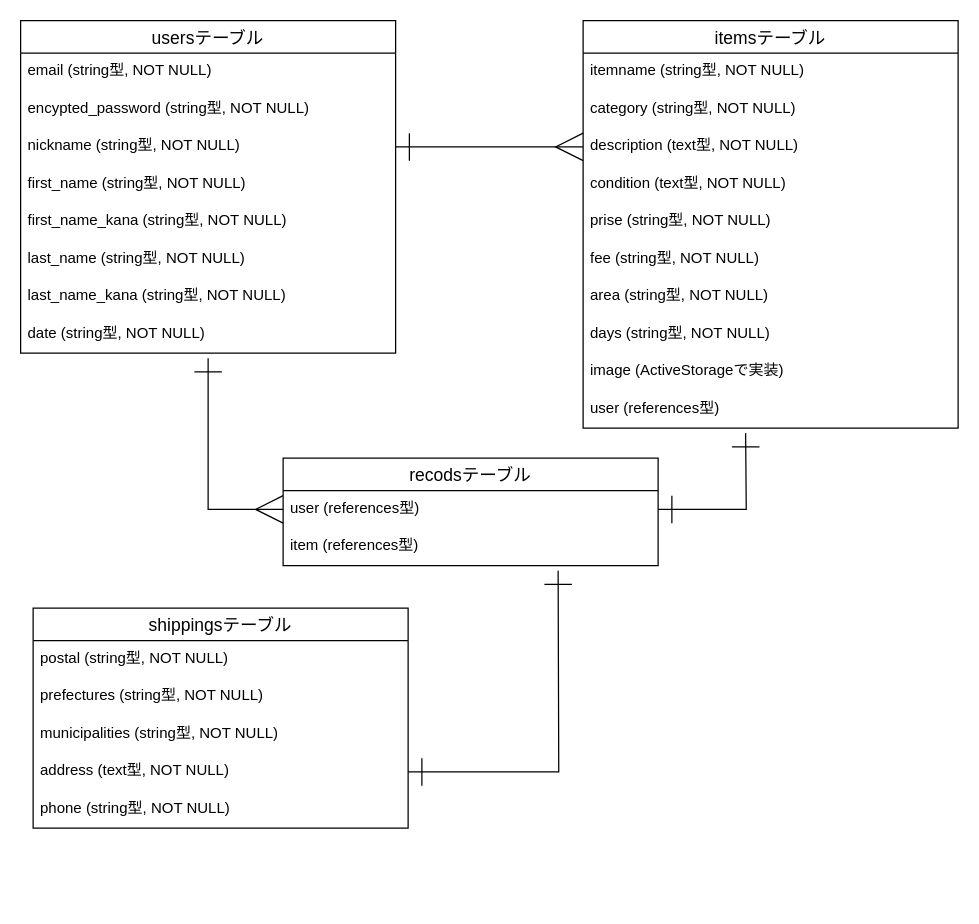
Above: page "ページ1" (1 of 4) of test.dio in nyancho-inm/furima-32571 (draw.io), before the change. Source tidied: cells renumbered, new cells numbered last; positions are measured from the earlier drawing's top-left corner, leaving out a move shared by most shapes. Both pictures are drawn from the tidied source at 125%, with x=0, y=0 at pixel (20, 20).
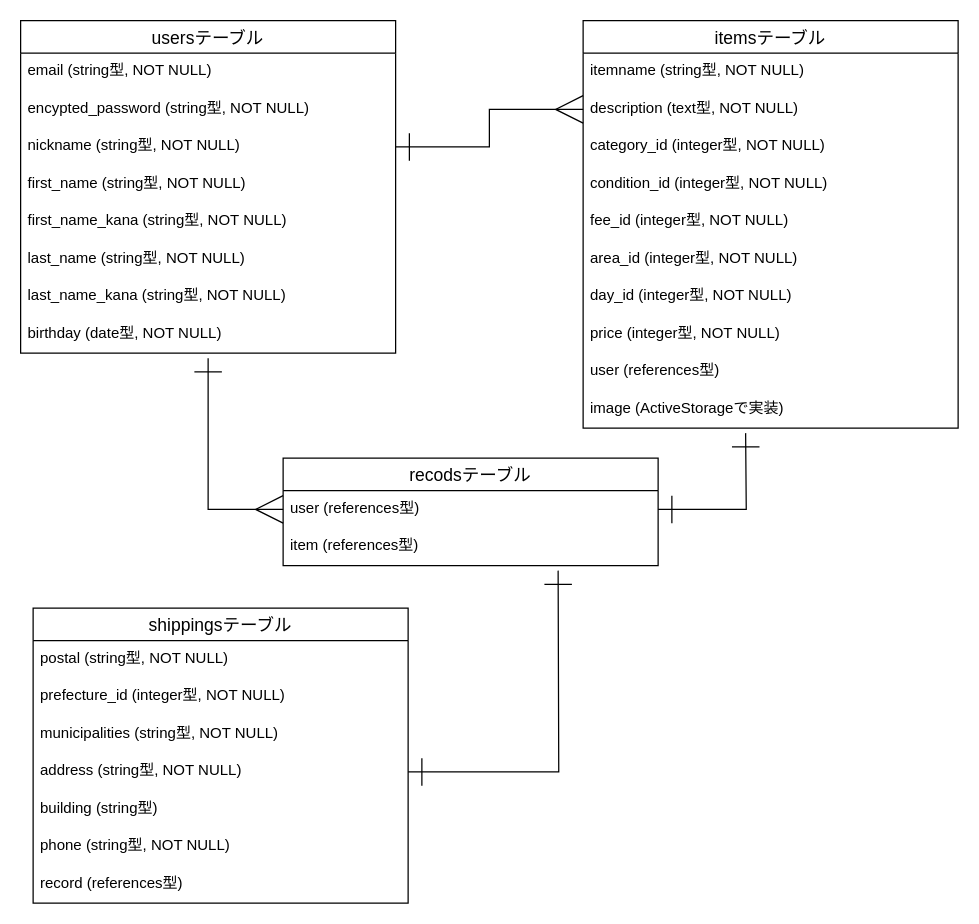
The same page after the edit.

Unchanged cells that the change refers to:
```xml
<mxCell id="2" value="usersテーブル" style="swimlane;fontStyle=0;horizontal=1;startSize=26;align=center;fontSize=14;" parent="1" vertex="1">
  <mxGeometry width="300" height="266" as="geometry" />
</mxCell>
<mxCell id="11" value="itemsテーブル" style="swimlane;fontStyle=0;horizontal=1;startSize=26;align=center;fontSize=14;" parent="1" vertex="1">
  <mxGeometry x="450" width="300" height="326" as="geometry" />
</mxCell>
```

The edit, as a diff of the source:
```diff
@@
-    <mxCell id="10" value="date (string型, NOT NULL)" style="text;strokeColor=none;fillColor=none;spacingLeft=4;spacingRight=4;overflow=hidden;fontSize=12;" parent="2" vertex="1">
+    <mxCell id="10" value="birthday (date型, NOT NULL)" style="text;strokeColor=none;fillColor=none;spacingLeft=4;spacingRight=4;overflow=hidden;fontSize=12;" parent="2" vertex="1">
       <mxGeometry y="236" width="300" height="30" as="geometry" />
     </mxCell>
@@
+    <mxCell id="14" value="description (text型, NOT NULL)" style="text;strokeColor=none;fillColor=none;spacingLeft=4;spacingRight=4;overflow=hidden;points=[[0,0.5],[1,0.5]];portConstraint=eastwest;fontSize=12;" parent="11" vertex="1">
+      <mxGeometry y="56" width="300" height="30" as="geometry" />
+    </mxCell>
-    <mxCell id="13" value="category (string型, NOT NULL)" style="text;strokeColor=none;fillColor=none;spacingLeft=4;spacingRight=4;overflow=hidden;fontSize=12;" parent="11" vertex="1">
-      <mxGeometry y="56" width="300" height="30" as="geometry" />
+    <mxCell id="13" value="category_id (integer型, NOT NULL)" style="text;strokeColor=none;fillColor=none;spacingLeft=4;spacingRight=4;overflow=hidden;fontSize=12;" parent="11" vertex="1">
+      <mxGeometry y="86" width="300" height="30" as="geometry" />
     </mxCell>
-    <mxCell id="14" value="description (text型, NOT NULL)" style="text;strokeColor=none;fillColor=none;spacingLeft=4;spacingRight=4;overflow=hidden;points=[[0,0.5],[1,0.5]];portConstraint=eastwest;fontSize=12;" parent="11" vertex="1">
-      <mxGeometry y="86" width="300" height="30" as="geometry" />
-    </mxCell>
-    <mxCell id="15" value="condition (text型, NOT NULL)" style="text;strokeColor=none;fillColor=none;spacingLeft=4;spacingRight=4;overflow=hidden;fontSize=12;" parent="11" vertex="1">
+    <mxCell id="15" value="condition_id (integer型, NOT NULL)" style="text;strokeColor=none;fillColor=none;spacingLeft=4;spacingRight=4;overflow=hidden;fontSize=12;" parent="11" vertex="1">
       <mxGeometry y="116" width="300" height="30" as="geometry" />
     </mxCell>
-    <mxCell id="16" value="prise (string型, NOT NULL)" style="text;strokeColor=none;fillColor=none;spacingLeft=4;spacingRight=4;overflow=hidden;fontSize=12;" parent="11" vertex="1">
-      <mxGeometry y="146" width="300" height="30" as="geometry" />
-    </mxCell>
-    <mxCell id="17" value="fee (string型, NOT NULL)" style="text;strokeColor=none;fillColor=none;spacingLeft=4;spacingRight=4;overflow=hidden;points=[[0,0.5],[1,0.5]];portConstraint=eastwest;fontSize=12;" parent="11" vertex="1">
-      <mxGeometry y="176" width="300" height="30" as="geometry" />
+    <mxCell id="17" value="fee_id (integer型, NOT NULL)" style="text;strokeColor=none;fillColor=none;spacingLeft=4;spacingRight=4;overflow=hidden;points=[[0,0.5],[1,0.5]];portConstraint=eastwest;fontSize=12;" parent="11" vertex="1">
+      <mxGeometry y="146" width="300" height="30" as="geometry" />
     </mxCell>
@@
-    <mxCell id="19" value="area (string型, NOT NULL)" style="text;strokeColor=none;fillColor=none;spacingLeft=4;spacingRight=4;overflow=hidden;fontSize=12;" parent="11" vertex="1">
-      <mxGeometry y="206" width="300" height="30" as="geometry" />
+    <mxCell id="19" value="area_id (integer型, NOT NULL)" style="text;strokeColor=none;fillColor=none;spacingLeft=4;spacingRight=4;overflow=hidden;fontSize=12;" parent="11" vertex="1">
+      <mxGeometry y="176" width="300" height="30" as="geometry" />
     </mxCell>
-    <mxCell id="20" value="days (string型, NOT NULL)" style="text;strokeColor=none;fillColor=none;spacingLeft=4;spacingRight=4;overflow=hidden;fontSize=12;" parent="11" vertex="1">
-      <mxGeometry y="236" width="300" height="30" as="geometry" />
+    <mxCell id="20" value="day_id (integer型, NOT NULL)" style="text;strokeColor=none;fillColor=none;spacingLeft=4;spacingRight=4;overflow=hidden;fontSize=12;" parent="11" vertex="1">
+      <mxGeometry y="206" width="300" height="30" as="geometry" />
     </mxCell>
+    <mxCell id="16" value="price (integer型, NOT NULL)" style="text;strokeColor=none;fillColor=none;spacingLeft=4;spacingRight=4;overflow=hidden;fontSize=12;" parent="11" vertex="1">
+      <mxGeometry y="236" width="300" height="30" as="geometry" />
+    </mxCell>
+    <mxCell id="22" value="user (references型)" style="text;strokeColor=none;fillColor=none;spacingLeft=4;spacingRight=4;overflow=hidden;fontSize=12;" parent="11" vertex="1">
+      <mxGeometry y="266" width="300" height="30" as="geometry" />
+    </mxCell>
     <mxCell id="21" value="image (ActiveStorageで実装)" style="text;strokeColor=none;fillColor=none;spacingLeft=4;spacingRight=4;overflow=hidden;fontSize=12;" parent="11" vertex="1">
-      <mxGeometry y="266" width="300" height="30" as="geometry" />
+      <mxGeometry y="296" width="300" height="30" as="geometry" />
     </mxCell>
-    <mxCell id="22" value="user (references型)" style="text;strokeColor=none;fillColor=none;spacingLeft=4;spacingRight=4;overflow=hidden;fontSize=12;" parent="11" vertex="1">
-      <mxGeometry y="296" width="300" height="30" as="geometry" />
-    </mxCell>
@@
     <mxCell id="24" value="shippingsテーブル" style="swimlane;fontStyle=0;horizontal=1;startSize=26;align=center;fontSize=14;" parent="1" vertex="1">
-      <mxGeometry x="10" y="470" width="300" height="176" as="geometry" />
+      <mxGeometry x="10" y="470" width="300" height="236" as="geometry" />
     </mxCell>
@@
-    <mxCell id="26" value="prefectures (string型, NOT NULL)" style="text;strokeColor=none;fillColor=none;spacingLeft=4;spacingRight=4;overflow=hidden;fontSize=12;" parent="24" vertex="1">
+    <mxCell id="26" value="prefecture_id (integer型, NOT NULL)" style="text;strokeColor=none;fillColor=none;spacingLeft=4;spacingRight=4;overflow=hidden;fontSize=12;" parent="24" vertex="1">
       <mxGeometry y="56" width="300" height="30" as="geometry" />
     </mxCell>
@@
-    <mxCell id="28" value="address (text型, NOT NULL)" style="text;strokeColor=none;fillColor=none;spacingLeft=4;spacingRight=4;overflow=hidden;points=[[0,0.5],[1,0.5]];portConstraint=eastwest;fontSize=12;" parent="24" vertex="1">
+    <mxCell id="28" value="address (string型, NOT NULL)" style="text;strokeColor=none;fillColor=none;spacingLeft=4;spacingRight=4;overflow=hidden;points=[[0,0.5],[1,0.5]];portConstraint=eastwest;fontSize=12;" parent="24" vertex="1">
       <mxGeometry y="116" width="300" height="30" as="geometry" />
     </mxCell>
+    <mxCell id="40" value="building (string型)" style="text;strokeColor=none;fillColor=none;spacingLeft=4;spacingRight=4;overflow=hidden;fontSize=12;" parent="24" vertex="1">
+      <mxGeometry y="146" width="300" height="30" as="geometry" />
+    </mxCell>
     <mxCell id="29" value="phone (string型, NOT NULL)" style="text;strokeColor=none;fillColor=none;spacingLeft=4;spacingRight=4;overflow=hidden;fontSize=12;" parent="24" vertex="1">
-      <mxGeometry y="146" width="300" height="30" as="geometry" />
+      <mxGeometry y="176" width="300" height="30" as="geometry" />
     </mxCell>
@@
+    <mxCell id="41" value="record (references型)" style="text;strokeColor=none;fillColor=none;spacingLeft=4;spacingRight=4;overflow=hidden;fontSize=12;" parent="24" vertex="1">
+      <mxGeometry y="206" width="300" height="30" as="geometry" />
+    </mxCell>
```
